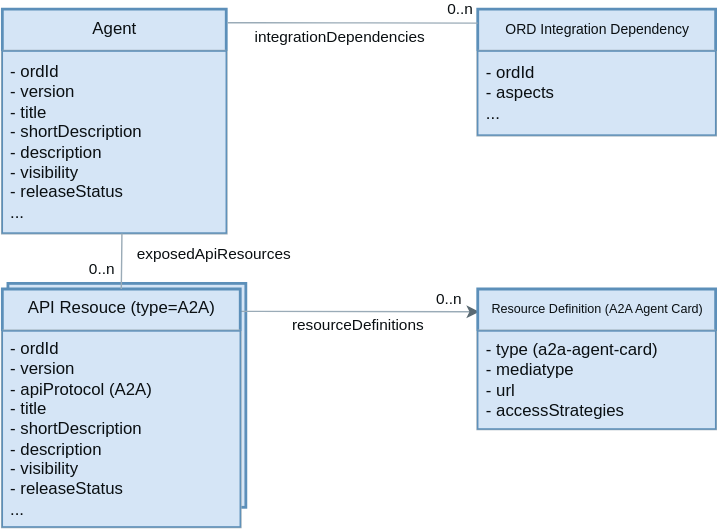
Before: static/img/ord-ai-agent.drawio.svg, a diagram exported from draw.io (open-resource-discovery/specification). Source tidied: cells renumbered, new cells last; positions are measured from the earlier drawing's top-left corner, leaving out a move shared by most shapes.
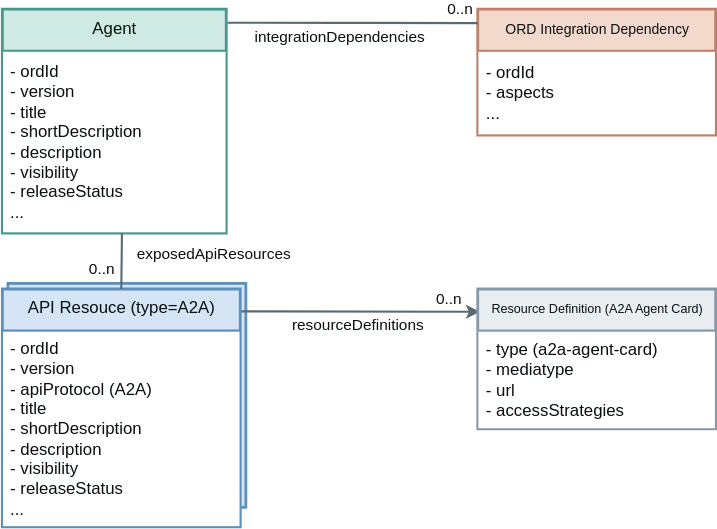
After the change.

Commit message:
style: clarify Agent diagram hierarchy and connectors

Diff of the diagram source:
```diff
@@ -5,13 +5,13 @@
     <mxCell id="2" style="rounded=0;whiteSpace=wrap;html=1;strokeWidth=2;fillColor=#d5e5f6;strokeColor=#5c8fb9;fontColor=#0a0f12;" parent="1" vertex="1">
       <mxGeometry x="4" y="196" width="170" height="160" as="geometry" />
     </mxCell>
-    <mxCell id="3" value="Agent" style="swimlane;swimlaneFillColor=#ffffff;strokeWidth=2;fontStyle=0;align=center;verticalAlign=top;horizontal=1;startSize=30;html=1;fillColor=#d5e5f6;strokeColor=#5c8fb9;fontColor=#0a0f12;" parent="1" vertex="1">
+    <mxCell id="3" value="Agent" style="swimlane;swimlaneFillColor=#ffffff;strokeWidth=2;fontStyle=0;align=center;verticalAlign=top;horizontal=1;startSize=30;html=1;fillColor=#cfe9e3;strokeColor=#46988d;fontColor=#0a0f12;" parent="1" vertex="1">
       <mxGeometry width="160" height="160" as="geometry" />
     </mxCell>
-    <mxCell id="4" value="- ordId&lt;div&gt;&lt;font color=&quot;#0a0f12&quot;&gt;- version&lt;br&gt;&lt;/font&gt;&lt;div&gt;&lt;font color=&quot;#0a0f12&quot;&gt;- title&lt;br&gt;&lt;/font&gt;&lt;div&gt;- shortDescription&lt;/div&gt;&lt;div&gt;- description&lt;/div&gt;&lt;/div&gt;&lt;/div&gt;&lt;div&gt;- visibility&lt;/div&gt;&lt;div&gt;- releaseStatus&lt;/div&gt;&lt;div&gt;...&lt;/div&gt;" style="rectangle;html=1;strokeWidth=1;fillColor=#d5e5f6;align=left;verticalAlign=middle;spacingLeft=4;spacingRight=4;overflow=hidden;points=[[0,0.5],[1,0.5]];portConstraint=eastwest;strokeColor=#5c8fb9;gradientDirection=east;fontColor=#0a0f12;" parent="3" vertex="1">
+    <mxCell id="4" value="- ordId&lt;div&gt;&lt;font color=&quot;#0a0f12&quot;&gt;- version&lt;br&gt;&lt;/font&gt;&lt;div&gt;&lt;font color=&quot;#0a0f12&quot;&gt;- title&lt;br&gt;&lt;/font&gt;&lt;div&gt;- shortDescription&lt;/div&gt;&lt;div&gt;- description&lt;/div&gt;&lt;/div&gt;&lt;/div&gt;&lt;div&gt;- visibility&lt;/div&gt;&lt;div&gt;- releaseStatus&lt;/div&gt;&lt;div&gt;...&lt;/div&gt;" style="rectangle;html=1;strokeWidth=1;fillColor=#ffffff;align=left;verticalAlign=middle;spacingLeft=4;spacingRight=4;overflow=hidden;points=[[0,0.5],[1,0.5]];portConstraint=eastwest;strokeColor=#46988d;gradientDirection=east;fontColor=#0a0f12;" parent="3" vertex="1">
       <mxGeometry y="30" width="160" height="130" as="geometry" />
     </mxCell>
-    <mxCell id="5" style="edgeStyle=none;html=1;exitX=0.993;exitY=0.094;exitDx=0;exitDy=0;exitPerimeter=0;entryX=0.006;entryY=0.163;entryDx=0;entryDy=0;entryPerimeter=0;fontColor=#0a0f12;strokeColor=#5a6a73;" parent="1" edge="1" source="8" target="22">
+    <mxCell id="5" style="edgeStyle=none;html=1;exitX=0.993;exitY=0.094;exitDx=0;exitDy=0;exitPerimeter=0;entryX=0.006;entryY=0.163;entryDx=0;entryDy=0;entryPerimeter=0;fontColor=#0a0f12;strokeColor=#5a6a73;strokeWidth=1.5;" parent="1" edge="1" source="8" target="22">
       <mxGeometry relative="1" as="geometry" />
     </mxCell>
     <mxCell id="6" value="resourceDefinitions" style="edgeLabel;html=1;align=center;verticalAlign=middle;fontColor=#0a0f12;" parent="5" vertex="1">
@@ -27,10 +27,10 @@
     <mxCell id="8" value="API Resouce (type=A2A)" style="swimlane;swimlaneFillColor=#ffffff;strokeWidth=2;fontStyle=0;align=center;verticalAlign=top;horizontal=1;startSize=30;html=1;fillColor=#d5e5f6;strokeColor=#5c8fb9;fontColor=#0a0f12;" parent="1" vertex="1">
       <mxGeometry y="200" width="170" height="170" as="geometry" />
     </mxCell>
-    <mxCell id="9" value="- ordId&lt;div&gt;&lt;font color=&quot;#0a0f12&quot;&gt;- version&lt;/font&gt;&lt;/div&gt;&lt;div&gt;&lt;font color=&quot;#0a0f12&quot;&gt;&lt;font color=&quot;#0a0f12&quot;&gt;- apiProtocol (A2A)&lt;br&gt;&lt;/font&gt;&lt;/font&gt;&lt;div&gt;&lt;font color=&quot;#0a0f12&quot;&gt;- title&lt;br&gt;&lt;/font&gt;&lt;div&gt;- shortDescription&lt;/div&gt;&lt;div&gt;- description&lt;/div&gt;&lt;/div&gt;&lt;/div&gt;&lt;div&gt;- visibility&lt;/div&gt;&lt;div&gt;- releaseStatus&lt;/div&gt;&lt;div&gt;...&lt;/div&gt;" style="rectangle;html=1;strokeWidth=1;fillColor=#d5e5f6;align=left;verticalAlign=middle;spacingLeft=4;spacingRight=4;overflow=hidden;strokeColor=#5c8fb9;gradientDirection=east;fontColor=#0a0f12;" parent="8" vertex="1">
+    <mxCell id="9" value="- ordId&lt;div&gt;&lt;font color=&quot;#0a0f12&quot;&gt;- version&lt;/font&gt;&lt;/div&gt;&lt;div&gt;&lt;font color=&quot;#0a0f12&quot;&gt;&lt;font color=&quot;#0a0f12&quot;&gt;- apiProtocol (A2A)&lt;br&gt;&lt;/font&gt;&lt;/font&gt;&lt;div&gt;&lt;font color=&quot;#0a0f12&quot;&gt;- title&lt;br&gt;&lt;/font&gt;&lt;div&gt;- shortDescription&lt;/div&gt;&lt;div&gt;- description&lt;/div&gt;&lt;/div&gt;&lt;/div&gt;&lt;div&gt;- visibility&lt;/div&gt;&lt;div&gt;- releaseStatus&lt;/div&gt;&lt;div&gt;...&lt;/div&gt;" style="rectangle;html=1;strokeWidth=1;fillColor=#ffffff;align=left;verticalAlign=middle;spacingLeft=4;spacingRight=4;overflow=hidden;strokeColor=#5c8fb9;gradientDirection=east;fontColor=#0a0f12;" parent="8" vertex="1">
       <mxGeometry y="30" width="170" height="140" as="geometry" />
     </mxCell>
-    <mxCell id="10" style="edgeStyle=orthogonalEdgeStyle;rounded=1;jettySize=auto;html=1;entryX=0.5;entryY=0;entryDx=0;entryDy=0;startArrow=none;startFill=0;endArrow=none;endFill=0;startSize=15;endSize=15;align=center;fontSize=12;labelBackgroundColor=none;exitX=0.534;exitY=1.003;exitDx=0;exitDy=0;exitPerimeter=0;fontColor=#0a0f12;strokeColor=#5a6a73;" parent="1" edge="1" source="4" target="8">
+    <mxCell id="10" style="edgeStyle=orthogonalEdgeStyle;rounded=1;jettySize=auto;html=1;entryX=0.5;entryY=0;entryDx=0;entryDy=0;startArrow=none;startFill=0;endArrow=none;endFill=0;startSize=15;endSize=15;align=center;fontSize=12;labelBackgroundColor=none;exitX=0.534;exitY=1.003;exitDx=0;exitDy=0;exitPerimeter=0;fontColor=#0a0f12;strokeColor=#5a6a73;strokeWidth=1.5;" parent="1" edge="1" source="4" target="8">
       <mxGeometry relative="1" as="geometry">
         <Array as="points">
           <mxPoint x="85" y="170" />
@@ -54,13 +54,13 @@
         <mxPoint x="-13" y="-2" as="offset" />
       </mxGeometry>
     </mxCell>
-    <mxCell id="15" value="&lt;font style=&quot;font-size: 10px;&quot;&gt;ORD Integration Dependency&lt;/font&gt;" style="swimlane;swimlaneFillColor=#ffffff;strokeWidth=2;fontStyle=0;align=center;verticalAlign=top;horizontal=1;startSize=30;html=1;fillColor=#d5e5f6;strokeColor=#5c8fb9;fontColor=#0a0f12;" parent="1" vertex="1">
+    <mxCell id="15" value="&lt;font style=&quot;font-size: 10px;&quot;&gt;ORD Integration Dependency&lt;/font&gt;" style="swimlane;swimlaneFillColor=#ffffff;strokeWidth=2;fontStyle=0;align=center;verticalAlign=top;horizontal=1;startSize=30;html=1;fillColor=#f3d8cc;strokeColor=#bd8069;fontColor=#0a0f12;" parent="1" vertex="1">
       <mxGeometry x="339.7" width="170" height="90" as="geometry" />
     </mxCell>
-    <mxCell id="16" value="- ordId&lt;div&gt;&lt;font color=&quot;#0a0f12&quot;&gt;- aspects&lt;/font&gt;&lt;/div&gt;&lt;div&gt;&lt;div&gt;...&lt;/div&gt;&lt;/div&gt;" style="rectangle;html=1;strokeWidth=1;fillColor=#d5e5f6;align=left;verticalAlign=middle;spacingLeft=4;spacingRight=4;overflow=hidden;strokeColor=#5c8fb9;fontColor=#0a0f12;" parent="15" vertex="1">
+    <mxCell id="16" value="- ordId&lt;div&gt;&lt;font color=&quot;#0a0f12&quot;&gt;- aspects&lt;/font&gt;&lt;/div&gt;&lt;div&gt;&lt;div&gt;...&lt;/div&gt;&lt;/div&gt;" style="rectangle;html=1;strokeWidth=1;fillColor=#ffffff;align=left;verticalAlign=middle;spacingLeft=4;spacingRight=4;overflow=hidden;strokeColor=#bd8069;fontColor=#0a0f12;" parent="15" vertex="1">
       <mxGeometry y="30" width="170" height="60" as="geometry" />
     </mxCell>
-    <mxCell id="17" style="edgeStyle=orthogonalEdgeStyle;rounded=1;jettySize=auto;html=1;startArrow=none;startFill=0;endArrow=none;endFill=0;startSize=15;endSize=15;align=center;fontSize=12;labelBackgroundColor=none;exitX=1.006;exitY=0.061;exitDx=0;exitDy=0;exitPerimeter=0;entryX=0;entryY=0.111;entryDx=0;entryDy=0;entryPerimeter=0;fontColor=#0a0f12;strokeColor=#5a6a73;" parent="1" edge="1" source="3" target="15">
+    <mxCell id="17" style="edgeStyle=orthogonalEdgeStyle;rounded=1;jettySize=auto;html=1;startArrow=none;startFill=0;endArrow=none;endFill=0;startSize=15;endSize=15;align=center;fontSize=12;labelBackgroundColor=none;exitX=1.006;exitY=0.061;exitDx=0;exitDy=0;exitPerimeter=0;entryX=0;entryY=0.111;entryDx=0;entryDy=0;entryPerimeter=0;fontColor=#0a0f12;strokeColor=#5a6a73;strokeWidth=1.5;" parent="1" edge="1" source="3" target="15">
       <mxGeometry relative="1" as="geometry">
         <mxPoint y="-10" as="offset" />
       </mxGeometry>
@@ -81,10 +81,10 @@
         <mxPoint x="17" y="-8" as="offset" />
       </mxGeometry>
     </mxCell>
-    <mxCell id="22" value="&lt;font style=&quot;font-size: 9px;&quot;&gt;Resource Definition (A2A Agent Card)&lt;/font&gt;" style="swimlane;swimlaneFillColor=#ffffff;strokeWidth=2;fontStyle=0;align=center;verticalAlign=top;horizontal=1;startSize=30;html=1;fillColor=#d5e5f6;strokeColor=#5c8fb9;fontColor=#0a0f12;" parent="1" vertex="1">
+    <mxCell id="22" value="&lt;font style=&quot;font-size: 9px;&quot;&gt;Resource Definition (A2A Agent Card)&lt;/font&gt;" style="swimlane;swimlaneFillColor=#ffffff;strokeWidth=2;fontStyle=0;align=center;verticalAlign=top;horizontal=1;startSize=30;html=1;fillColor=#e9eef3;strokeColor=#8799a6;fontColor=#0a0f12;" parent="1" vertex="1">
       <mxGeometry x="339.7" y="200" width="170" height="100" as="geometry" />
     </mxCell>
-    <mxCell id="23" value="- type (a2a-agent-card)&lt;div&gt;- mediatype&lt;/div&gt;&lt;div&gt;- url&lt;/div&gt;&lt;div&gt;- accessStrategies&lt;/div&gt;" style="rectangle;html=1;strokeWidth=1;fillColor=#d5e5f6;align=left;verticalAlign=middle;spacingLeft=4;spacingRight=4;overflow=hidden;strokeColor=#5c8fb9;gradientDirection=east;fontColor=#0a0f12;" parent="22" vertex="1">
+    <mxCell id="23" value="- type (a2a-agent-card)&lt;div&gt;- mediatype&lt;/div&gt;&lt;div&gt;- url&lt;/div&gt;&lt;div&gt;- accessStrategies&lt;/div&gt;" style="rectangle;html=1;strokeWidth=1;fillColor=#ffffff;align=left;verticalAlign=middle;spacingLeft=4;spacingRight=4;overflow=hidden;strokeColor=#8799a6;gradientDirection=east;fontColor=#0a0f12;" parent="22" vertex="1">
       <mxGeometry y="30" width="170" height="70" as="geometry" />
     </mxCell>
   </root>
```
